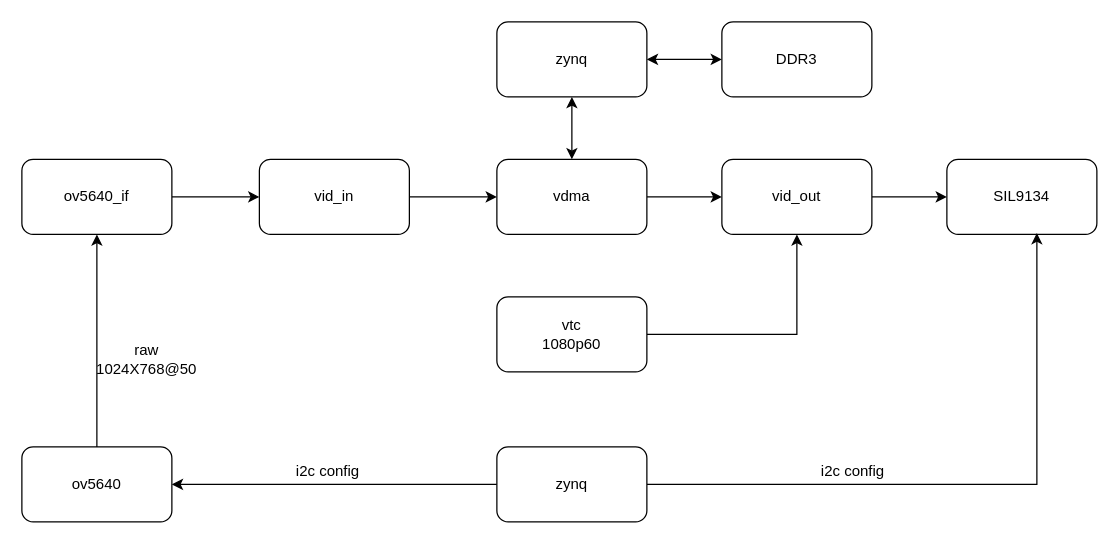
yxgi5/play_zynq keeps this draw.io diagram as doc/ov5640_vdma_hdmi.drawio. Above is the earlier version. Source tidied: cells renumbered, new cells numbered last; positions are measured from the earlier drawing's top-left corner, leaving out a move shared by most shapes. Both pictures are drawn from the tidied source at 125%, with x=0, y=0 at pixel (21, 21).
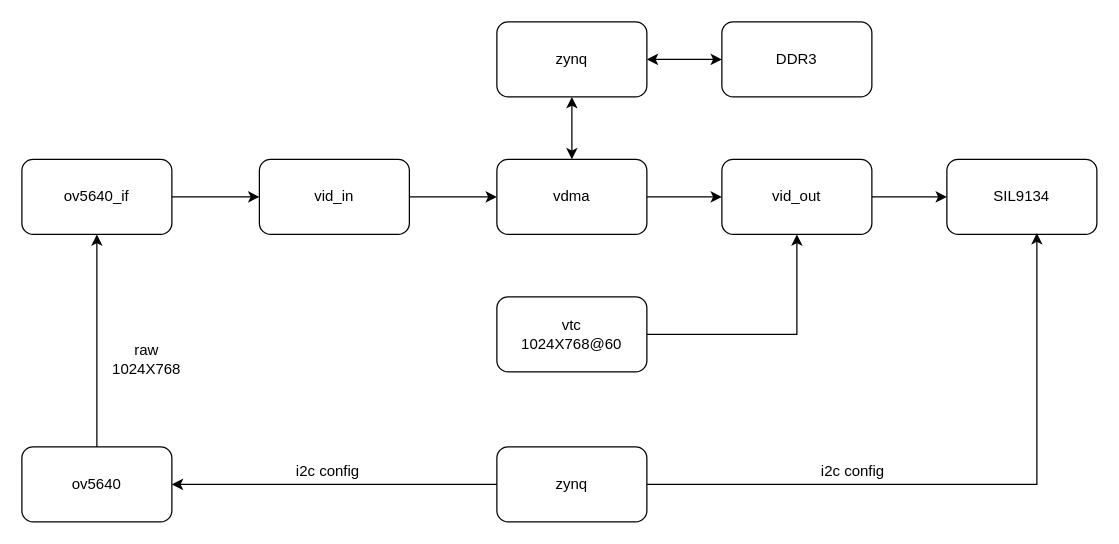
The same page after the edit.

Change to the diagram source:
```diff
@@
-    <mxCell id="7" value="vtc&lt;br&gt;1080p60" style="rounded=1;whiteSpace=wrap;html=1;" parent="1" vertex="1">
+    <mxCell id="7" value="vtc&lt;br&gt;1024X768@60" style="rounded=1;whiteSpace=wrap;html=1;" parent="1" vertex="1">
       <mxGeometry x="380" y="220" width="120" height="60" as="geometry" />
     </mxCell>
@@
-    <mxCell id="24" value="raw&lt;br&gt;1024X768@50" style="text;html=1;strokeColor=none;fillColor=none;align=center;verticalAlign=middle;whiteSpace=wrap;rounded=0;" parent="1" vertex="1">
+    <mxCell id="24" value="raw&lt;br&gt;1024X768" style="text;html=1;strokeColor=none;fillColor=none;align=center;verticalAlign=middle;whiteSpace=wrap;rounded=0;" parent="1" vertex="1">
       <mxGeometry x="80" y="260" width="40" height="20" as="geometry" />
     </mxCell>
```
